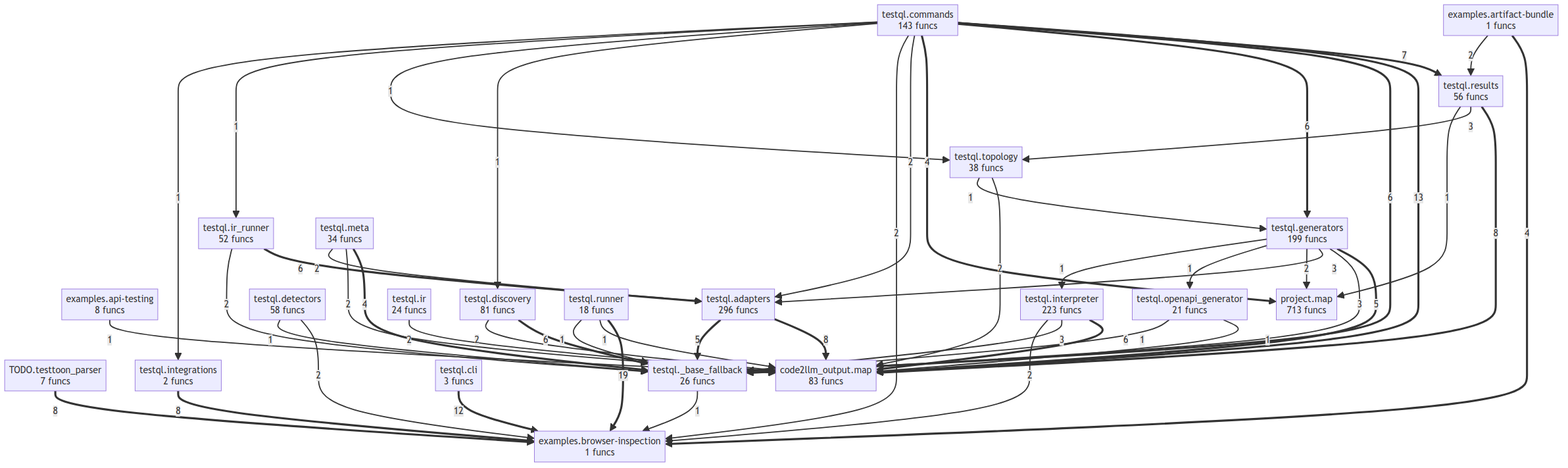
Above: project/compact_flow.png in oqlos/testql (Mermaid), before the change. Its source is kept beside it as project/compact_flow.mmd.
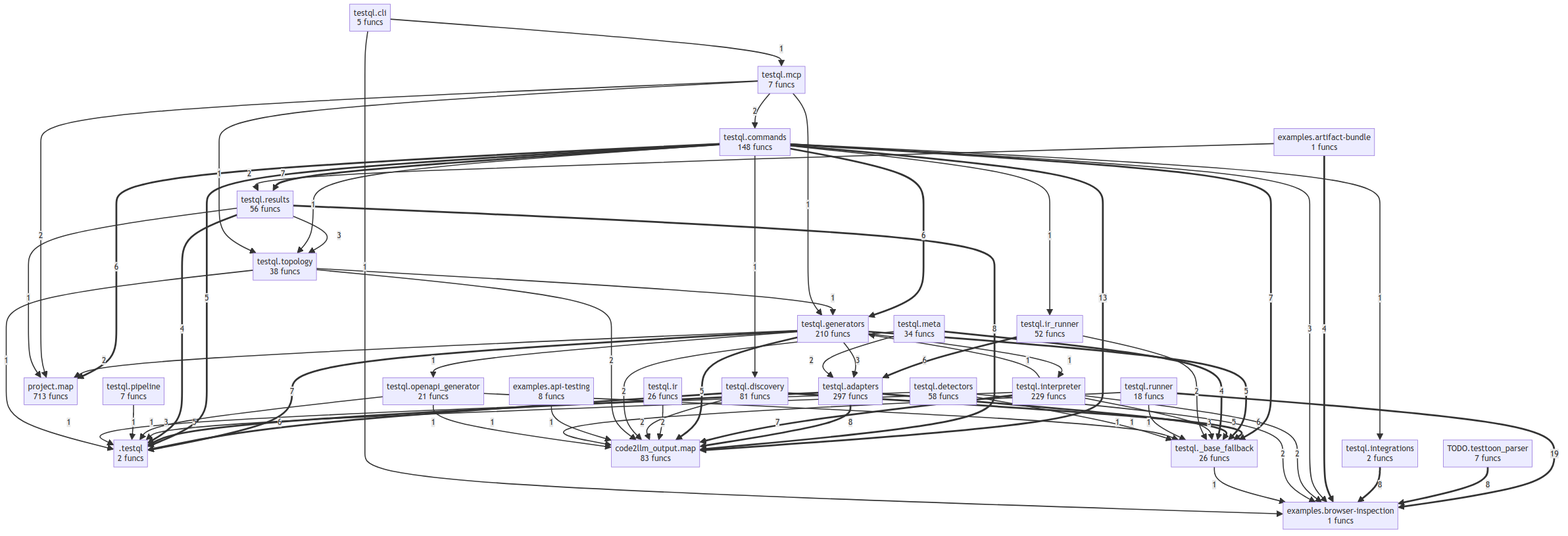
The same diagram one commit later.

Diff of the diagram source:
```diff
@@ -1,4 +1,5 @@
 flowchart TD
+    M___testql[".testql<br/>2 funcs"]
     TODO__testtoon_parser["TODO.testtoon_parser<br/>7 funcs"]
     code2llm_output__map["code2llm_output.map<br/>83 funcs"]
     examples__api_testing["examples.api-testing<br/>8 funcs"]
@@ -6,46 +7,52 @@
     examples__browser_inspection["examples.browser-inspection<br/>1 funcs"]
     project__map["project.map<br/>713 funcs"]
     testql___base_fallback["testql._base_fallback<br/>26 funcs"]
-    testql__adapters["testql.adapters<br/>296 funcs"]
-    testql__cli["testql.cli<br/>3 funcs"]
-    testql__commands["testql.commands<br/>143 funcs"]
+    testql__adapters["testql.adapters<br/>297 funcs"]
+    testql__cli["testql.cli<br/>5 funcs"]
+    testql__commands["testql.commands<br/>148 funcs"]
     testql__detectors["testql.detectors<br/>58 funcs"]
     testql__discovery["testql.discovery<br/>81 funcs"]
-    testql__generators["testql.generators<br/>199 funcs"]
+    testql__generators["testql.generators<br/>210 funcs"]
     testql__integrations["testql.integrations<br/>2 funcs"]
-    testql__interpreter["testql.interpreter<br/>223 funcs"]
-    testql__ir["testql.ir<br/>24 funcs"]
+    testql__interpreter["testql.interpreter<br/>229 funcs"]
+    testql__ir["testql.ir<br/>26 funcs"]
     testql__ir_runner["testql.ir_runner<br/>52 funcs"]
+    testql__mcp["testql.mcp<br/>7 funcs"]
     testql__meta["testql.meta<br/>34 funcs"]
     testql__openapi_generator["testql.openapi_generator<br/>21 funcs"]
+    testql__pipeline["testql.pipeline<br/>7 funcs"]
     testql__results["testql.results<br/>56 funcs"]
     testql__runner["testql.runner<br/>18 funcs"]
     testql__topology["testql.topology<br/>38 funcs"]
     testql__runner ==>|19| examples__browser_inspection
     testql__commands ==>|13| code2llm_output__map
-    testql__cli ==>|12| examples__browser_inspection
     TODO__testtoon_parser ==>|8| examples__browser_inspection
     testql__results ==>|8| code2llm_output__map
     testql__adapters ==>|8| code2llm_output__map
     testql__integrations ==>|8| examples__browser_inspection
+    testql__commands ==>|7| testql___base_fallback
     testql__commands ==>|7| testql__results
-    testql__commands ==>|6| testql___base_fallback
+    testql__interpreter ==>|7| code2llm_output__map
+    testql__generators ==>|7| M___testql
+    testql__commands ==>|6| project__map
     testql__commands ==>|6| testql__generators
-    testql__interpreter ==>|6| code2llm_output__map
     testql__discovery ==>|6| testql___base_fallback
+    testql__discovery ==>|6| M___testql
     testql__ir_runner ==>|6| testql__adapters
+    testql__commands ==>|5| M___testql
+    testql__generators ==>|5| testql___base_fallback
     testql__generators ==>|5| code2llm_output__map
+    testql__adapters ==>|5| M___testql
     testql__adapters ==>|5| testql___base_fallback
     examples__artifact_bundle ==>|4| examples__browser_inspection
-    testql__commands ==>|4| project__map
+    testql__results ==>|4| M___testql
     testql__meta ==>|4| testql___base_fallback
+    testql__commands -->|3| examples__browser_inspection
     testql__interpreter -->|3| testql___base_fallback
+    testql__interpreter -->|3| M___testql
     testql__results -->|3| testql__topology
-    testql__generators -->|3| testql___base_fallback
     testql__generators -->|3| testql__adapters
     examples__artifact_bundle -->|2| testql__results
-    testql__commands -->|2| testql__adapters
-    testql__commands -->|2| examples__browser_inspection
     testql__interpreter -->|2| examples__browser_inspection
     testql__ir -->|2| code2llm_output__map
     testql__discovery -->|2| code2llm_output__map
@@ -55,18 +62,29 @@
     testql__detectors -->|2| examples__browser_inspection
     testql__ir_runner -->|2| testql___base_fallback
     testql__topology -->|2| code2llm_output__map
+    testql__mcp -->|2| project__map
+    testql__mcp -->|2| testql__commands
     examples__api_testing -->|1| code2llm_output__map
     testql__runner -->|1| code2llm_output__map
     testql__runner -->|1| testql___base_fallback
     testql__openapi_generator -->|1| code2llm_output__map
     testql__openapi_generator -->|1| testql___base_fallback
+    testql__openapi_generator -->|1| M___testql
     testql___base_fallback -->|1| examples__browser_inspection
+    testql__pipeline -->|1| M___testql
     testql__commands -->|1| testql__discovery
     testql__commands -->|1| testql__topology
     testql__commands -->|1| testql__ir_runner
-    testql__commands -->|1| testql__integrations
     testql__results -->|1| project__map
     testql__generators -->|1| testql__openapi_generator
     testql__generators -->|1| testql__interpreter
+    testql__detectors -->|1| M___testql
     testql__detectors -->|1| testql___base_fallback
     testql__topology -->|1| testql__generators
+    testql__topology -->|1| M___testql
+    testql__commands -->|1| testql__integrations
+    testql__mcp -->|1| testql__generators
+    testql__mcp -->|1| testql__topology
+    testql__cli -->|1| testql__mcp
+    testql__cli -->|1| examples__browser_inspection
+    testql__interpreter -->|1| testql__generators
```
